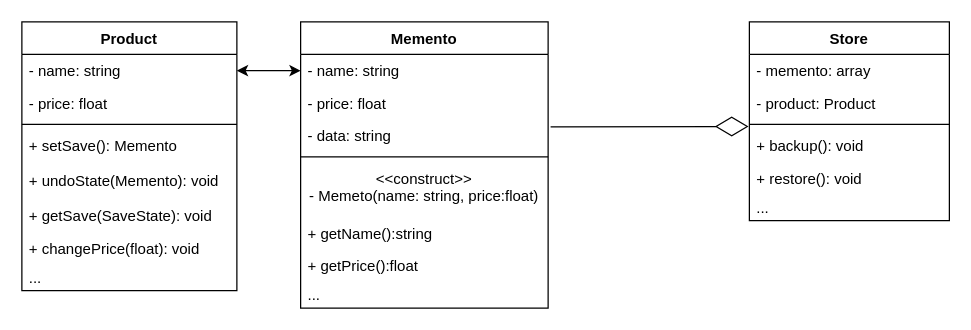
The draw.io diagram Behavior/Memento/UML Memento.drawio in devlubinets/todo, before the edit. Source tidied: cells renumbered, new cells numbered last; positions are measured from the earlier drawing's top-left corner, leaving out a move shared by most shapes. Both pictures are drawn from the tidied source at 125%, with x=0, y=0 at pixel (21, 21).
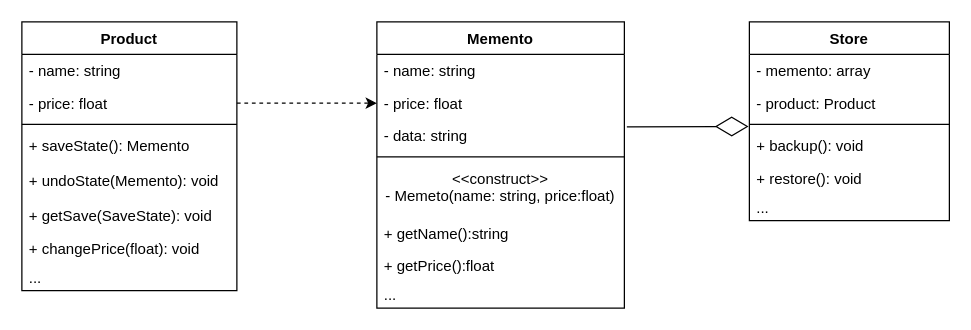
The same page after the edit.

Commit message (it also covers changes not shown here):
Обновил UML диаграмму

Unchanged cells that the change refers to:
```xml
<mxCell id="2" value="Product" style="swimlane;fontStyle=1;align=center;verticalAlign=top;horizontal=1;startSize=26;" parent="1" vertex="1">
  <mxGeometry width="172" height="215" as="geometry" />
</mxCell>
<mxCell id="3" value="- name: string&#10;" style="text;strokeColor=none;fillColor=none;align=left;verticalAlign=top;spacingLeft=4;spacingRight=4;overflow=hidden;points=[[0,0.5],[1,0.5]];portConstraint=eastwest;" parent="2" vertex="1">
  <mxGeometry y="26" width="172" height="26" as="geometry" />
</mxCell>
<mxCell id="4" value="- price: float&#10;" style="text;strokeColor=none;fillColor=none;align=left;verticalAlign=top;spacingLeft=4;spacingRight=4;overflow=hidden;points=[[0,0.5],[1,0.5]];portConstraint=eastwest;" parent="2" vertex="1">
  <mxGeometry y="52" width="172" height="26" as="geometry" />
</mxCell>
<mxCell id="12" value="- name: string&#10;" style="text;strokeColor=none;fillColor=none;align=left;verticalAlign=top;spacingLeft=4;spacingRight=4;overflow=hidden;points=[[0,0.5],[1,0.5]];portConstraint=eastwest;" parent="11" vertex="1">
  <mxGeometry y="26" width="198" height="26" as="geometry" />
</mxCell>
<mxCell id="13" value="- price: float&#10;" style="text;strokeColor=none;fillColor=none;align=left;verticalAlign=top;spacingLeft=4;spacingRight=4;overflow=hidden;points=[[0,0.5],[1,0.5]];portConstraint=eastwest;" parent="11" vertex="1">
  <mxGeometry y="52" width="198" height="26" as="geometry" />
</mxCell>
```

What changed in the source:
```diff
@@
-    <mxCell id="6" value="+ setSave(): Memento" style="text;strokeColor=none;fillColor=none;align=left;verticalAlign=top;spacingLeft=4;spacingRight=4;overflow=hidden;" parent="2" vertex="1">
+    <mxCell id="6" value="+ saveState(): Memento" style="text;strokeColor=none;fillColor=none;align=left;verticalAlign=top;spacingLeft=4;spacingRight=4;overflow=hidden;" parent="2" vertex="1">
       <mxGeometry y="86" width="172" height="28" as="geometry" />
     </mxCell>
@@
     <mxCell id="11" value="Memento" style="swimlane;fontStyle=1;align=center;verticalAlign=top;horizontal=1;startSize=26;" parent="1" vertex="1">
-      <mxGeometry x="223" width="198" height="229" as="geometry" />
+      <mxGeometry x="284" width="198" height="229" as="geometry" />
     </mxCell>
@@
-    <mxCell id="27" style="edgeStyle=orthogonalEdgeStyle;rounded=0;jettySize=auto;html=1;entryX=0;entryY=0.5;entryDx=0;entryDy=0;startArrow=classic;startFill=1;" parent="1" edge="1" source="3" target="12">
-      <mxGeometry relative="1" as="geometry" />
-    </mxCell>
@@
+    <mxCell id="30" style="edgeStyle=orthogonalEdgeStyle;rounded=0;jettySize=auto;html=1;entryX=0;entryY=0.5;entryDx=0;entryDy=0;dashed=1;" parent="1" edge="1" source="4" target="13">
+      <mxGeometry relative="1" as="geometry" />
+    </mxCell>
```
